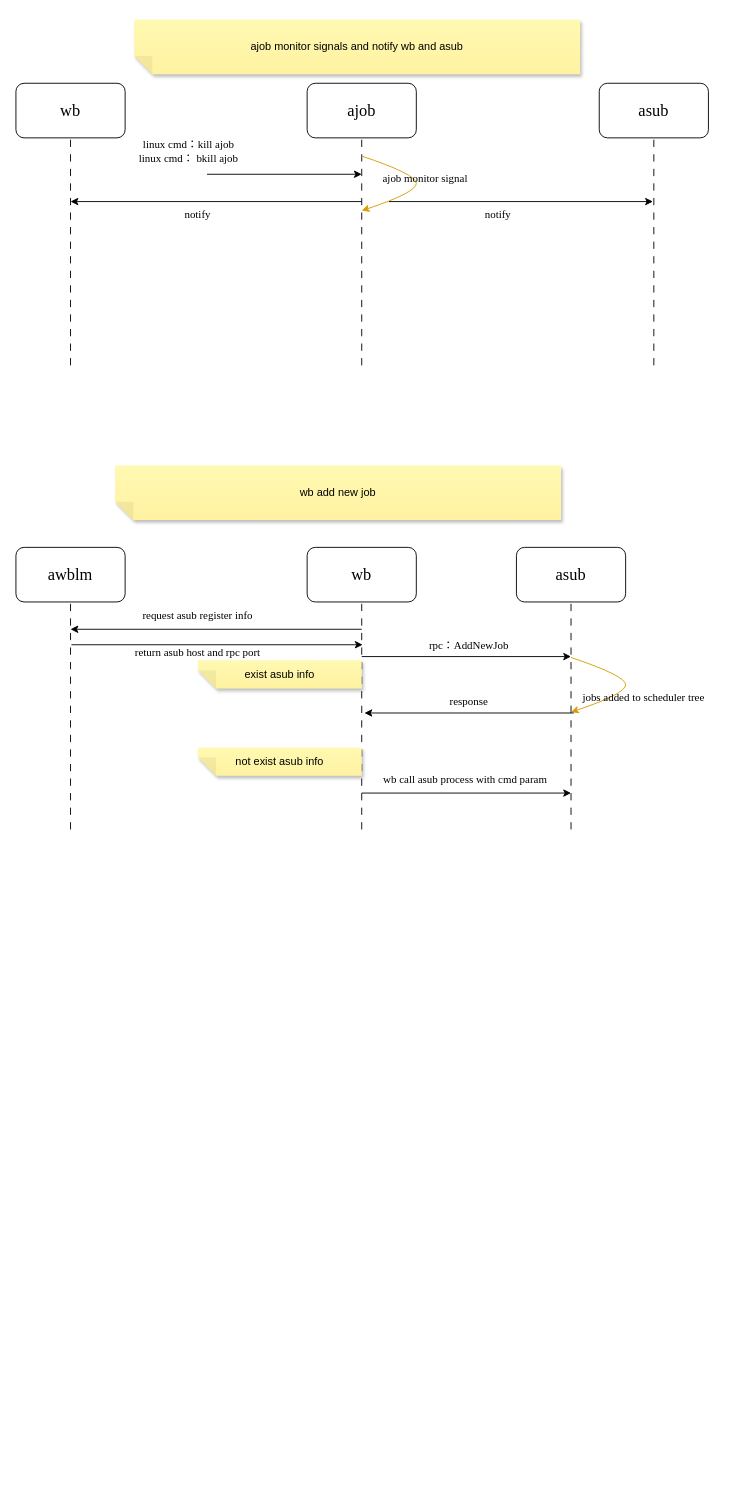
Above: 20230613.drawio in huijian2019/wb-tool (draw.io), before the change. Source tidied: cells renumbered, new cells numbered last; positions are measured from the earlier drawing's top-left corner, leaving out a move shared by most shapes. Both pictures are drawn from the tidied source at 91%, with x=0, y=0 at pixel (15, 19).
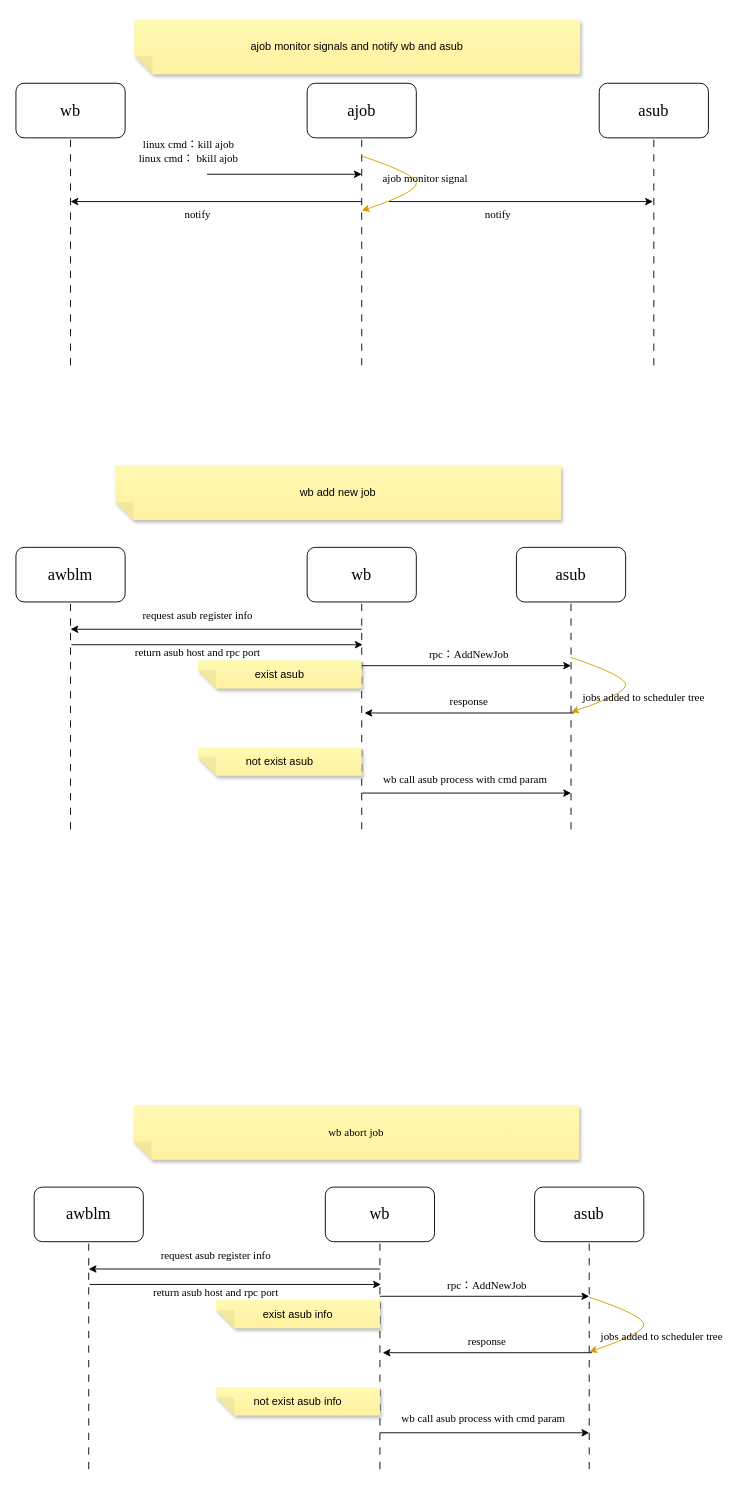
The same page after the edit.

Diff of the diagram source:
```diff
@@
     <mxCell id="25" style="endArrow=classic;html=1;rounded=0;startArrow=none;startFill=0;endFill=1;" parent="1" edge="1">
       <mxGeometry relative="1" as="geometry">
-        <mxPoint x="380" y="700" as="sourcePoint" />
-        <mxPoint x="610" y="700" as="targetPoint" />
+        <mxPoint x="380" y="710" as="sourcePoint" />
+        <mxPoint x="610" y="710" as="targetPoint" />
       </mxGeometry>
     </mxCell>
@@
     <mxCell id="27" value="&lt;font face=&quot;Times New Roman&quot;&gt;rpc：AddNewJob&lt;br&gt;&lt;/font&gt;" style="text;strokeColor=none;align=center;fillColor=none;html=1;verticalAlign=middle;whiteSpace=wrap;rounded=0;" parent="1" vertex="1">
-      <mxGeometry x="428" y="673" width="140" height="30" as="geometry" />
+      <mxGeometry x="428" y="683" width="140" height="30" as="geometry" />
     </mxCell>
@@
-    <mxCell id="34" value="exist asub info" style="shape=note;whiteSpace=wrap;html=1;backgroundOutline=1;fontColor=#000000;darkOpacity=0.05;fillColor=#FFF9B2;strokeColor=none;fillStyle=solid;direction=west;gradientDirection=north;gradientColor=#FFF2A1;shadow=1;size=20;" parent="1" vertex="1">
+    <mxCell id="34" value="exist asub" style="shape=note;whiteSpace=wrap;html=1;backgroundOutline=1;fontColor=#000000;darkOpacity=0.05;fillColor=#FFF9B2;strokeColor=none;fillStyle=solid;direction=west;gradientDirection=north;gradientColor=#FFF2A1;shadow=1;size=20;" parent="1" vertex="1">
       <mxGeometry x="200" y="704" width="180" height="31" as="geometry" />
     </mxCell>
-    <mxCell id="35" value="not exist asub info" style="shape=note;whiteSpace=wrap;html=1;backgroundOutline=1;fontColor=#000000;darkOpacity=0.05;fillColor=#FFF9B2;strokeColor=none;fillStyle=solid;direction=west;gradientDirection=north;gradientColor=#FFF2A1;shadow=1;size=20;" parent="1" vertex="1">
+    <mxCell id="35" value="not exist asub" style="shape=note;whiteSpace=wrap;html=1;backgroundOutline=1;fontColor=#000000;darkOpacity=0.05;fillColor=#FFF9B2;strokeColor=none;fillStyle=solid;direction=west;gradientDirection=north;gradientColor=#FFF2A1;shadow=1;size=20;" parent="1" vertex="1">
       <mxGeometry x="200" y="800" width="180" height="31" as="geometry" />
     </mxCell>
@@
+    <mxCell id="38" value="&lt;font face=&quot;Times New Roman&quot;&gt;wb abort job&lt;/font&gt;" style="shape=note;whiteSpace=wrap;html=1;backgroundOutline=1;fontColor=#000000;darkOpacity=0.05;fillColor=#FFF9B2;strokeColor=none;fillStyle=solid;direction=west;gradientDirection=north;gradientColor=#FFF2A1;shadow=1;size=20;" parent="1" vertex="1">
+      <mxGeometry x="129" y="1193" width="490" height="60" as="geometry" />
+    </mxCell>
+    <mxCell id="39" value="&lt;font face=&quot;Times New Roman&quot; style=&quot;font-size: 18px;&quot;&gt;wb&lt;/font&gt;" style="rounded=1;whiteSpace=wrap;html=1;" parent="1" vertex="1">
+      <mxGeometry x="340" y="1283" width="120" height="60" as="geometry" />
+    </mxCell>
+    <mxCell id="40" style="endArrow=none;html=1;rounded=0;entryX=0.5;entryY=1;entryDx=0;entryDy=0;dashed=1;dashPattern=8 8;" parent="1" edge="1" target="39">
+      <mxGeometry relative="1" as="geometry">
+        <mxPoint x="400" y="1593" as="sourcePoint" />
+      </mxGeometry>
+    </mxCell>
+    <mxCell id="41" value="&lt;span style=&quot;font-size: 18px;&quot;&gt;&lt;font face=&quot;Times New Roman&quot;&gt;awblm&lt;/font&gt;&lt;/span&gt;" style="rounded=1;whiteSpace=wrap;html=1;" parent="1" vertex="1">
+      <mxGeometry x="20" y="1283" width="120" height="60" as="geometry" />
+    </mxCell>
+    <mxCell id="42" style="endArrow=none;html=1;rounded=0;entryX=0.5;entryY=1;entryDx=0;entryDy=0;dashed=1;dashPattern=8 8;" parent="1" edge="1" target="41">
+      <mxGeometry relative="1" as="geometry">
+        <mxPoint x="80" y="1593" as="sourcePoint" />
+      </mxGeometry>
+    </mxCell>
+    <mxCell id="43" value="&lt;span style=&quot;font-size: 18px;&quot;&gt;&lt;font face=&quot;Times New Roman&quot;&gt;asub&lt;/font&gt;&lt;/span&gt;" style="rounded=1;whiteSpace=wrap;html=1;" parent="1" vertex="1">
+      <mxGeometry x="570" y="1283" width="120" height="60" as="geometry" />
+    </mxCell>
+    <mxCell id="44" style="endArrow=none;html=1;rounded=0;entryX=0.5;entryY=1;entryDx=0;entryDy=0;dashed=1;dashPattern=8 8;" parent="1" edge="1" target="43">
+      <mxGeometry relative="1" as="geometry">
+        <mxPoint x="630" y="1593" as="sourcePoint" />
+      </mxGeometry>
+    </mxCell>
+    <mxCell id="45" style="endArrow=none;html=1;rounded=0;startArrow=classic;startFill=1;endFill=0;" parent="1" edge="1">
+      <mxGeometry relative="1" as="geometry">
+        <mxPoint x="80" y="1373" as="sourcePoint" />
+        <mxPoint x="400" y="1373" as="targetPoint" />
+      </mxGeometry>
+    </mxCell>
+    <mxCell id="46" style="endArrow=classic;html=1;rounded=0;startArrow=none;startFill=0;endFill=1;" parent="1" edge="1">
+      <mxGeometry relative="1" as="geometry">
+        <mxPoint x="400" y="1403" as="sourcePoint" />
+        <mxPoint x="630" y="1403" as="targetPoint" />
+      </mxGeometry>
+    </mxCell>
+    <mxCell id="47" value="&lt;font face=&quot;Times New Roman&quot;&gt;request asub register info&lt;/font&gt;" style="text;strokeColor=none;align=center;fillColor=none;html=1;verticalAlign=middle;whiteSpace=wrap;rounded=0;" parent="1" vertex="1">
+      <mxGeometry x="150" y="1343" width="140" height="30" as="geometry" />
+    </mxCell>
+    <mxCell id="48" value="&lt;font face=&quot;Times New Roman&quot;&gt;rpc：AddNewJob&lt;br&gt;&lt;/font&gt;" style="text;strokeColor=none;align=center;fillColor=none;html=1;verticalAlign=middle;whiteSpace=wrap;rounded=0;" parent="1" vertex="1">
+      <mxGeometry x="448" y="1376" width="140" height="30" as="geometry" />
+    </mxCell>
+    <mxCell id="49" style="endArrow=classic;html=1;rounded=0;startArrow=none;startFill=0;endFill=1;" parent="1" edge="1">
+      <mxGeometry relative="1" as="geometry">
+        <mxPoint x="81" y="1390" as="sourcePoint" />
+        <mxPoint x="401" y="1390" as="targetPoint" />
+      </mxGeometry>
+    </mxCell>
+    <mxCell id="50" value="&lt;font face=&quot;Times New Roman&quot;&gt;return asub host and rpc port&lt;/font&gt;" style="text;strokeColor=none;align=center;fillColor=none;html=1;verticalAlign=middle;whiteSpace=wrap;rounded=0;" parent="1" vertex="1">
+      <mxGeometry x="150" y="1384" width="140" height="30" as="geometry" />
+    </mxCell>
+    <mxCell id="51" style="curved=1;endArrow=none;html=1;rounded=0;startArrow=classic;startFill=1;endFill=0;fillColor=#ffe6cc;strokeColor=#d79b00;" parent="1" edge="1">
+      <mxGeometry relative="1" as="geometry">
+        <mxPoint x="630" y="1464" as="sourcePoint" />
+        <mxPoint x="630" y="1404" as="targetPoint" />
+        <Array as="points">
+          <mxPoint x="690" y="1444" />
+          <mxPoint x="690" y="1424" />
+        </Array>
+      </mxGeometry>
+    </mxCell>
+    <mxCell id="52" value="&lt;font face=&quot;Times New Roman&quot;&gt;jobs added to scheduler tree&lt;/font&gt;" style="text;strokeColor=none;align=center;fillColor=none;html=1;verticalAlign=middle;whiteSpace=wrap;rounded=0;" parent="1" vertex="1">
+      <mxGeometry x="640" y="1433" width="140" height="30" as="geometry" />
+    </mxCell>
+    <mxCell id="53" style="endArrow=none;html=1;rounded=0;startArrow=classic;startFill=1;endFill=0;" parent="1" edge="1">
+      <mxGeometry relative="1" as="geometry">
+        <mxPoint x="403" y="1465" as="sourcePoint" />
+        <mxPoint x="633" y="1465" as="targetPoint" />
+      </mxGeometry>
+    </mxCell>
+    <mxCell id="54" value="&lt;font face=&quot;Times New Roman&quot;&gt;response&lt;br&gt;&lt;/font&gt;" style="text;strokeColor=none;align=center;fillColor=none;html=1;verticalAlign=middle;whiteSpace=wrap;rounded=0;" parent="1" vertex="1">
+      <mxGeometry x="448" y="1438" width="140" height="30" as="geometry" />
+    </mxCell>
+    <mxCell id="55" value="exist asub info" style="shape=note;whiteSpace=wrap;html=1;backgroundOutline=1;fontColor=#000000;darkOpacity=0.05;fillColor=#FFF9B2;strokeColor=none;fillStyle=solid;direction=west;gradientDirection=north;gradientColor=#FFF2A1;shadow=1;size=20;" parent="1" vertex="1">
+      <mxGeometry x="220" y="1407" width="180" height="31" as="geometry" />
+    </mxCell>
+    <mxCell id="56" value="not exist asub info" style="shape=note;whiteSpace=wrap;html=1;backgroundOutline=1;fontColor=#000000;darkOpacity=0.05;fillColor=#FFF9B2;strokeColor=none;fillStyle=solid;direction=west;gradientDirection=north;gradientColor=#FFF2A1;shadow=1;size=20;" parent="1" vertex="1">
+      <mxGeometry x="220" y="1503" width="180" height="31" as="geometry" />
+    </mxCell>
+    <mxCell id="57" style="endArrow=classic;html=1;rounded=0;startArrow=none;startFill=0;endFill=1;" parent="1" edge="1">
+      <mxGeometry relative="1" as="geometry">
+        <mxPoint x="400" y="1553" as="sourcePoint" />
+        <mxPoint x="630" y="1553" as="targetPoint" />
+      </mxGeometry>
+    </mxCell>
+    <mxCell id="58" value="&lt;font face=&quot;Times New Roman&quot;&gt;wb call asub process with cmd param&lt;br&gt;&lt;/font&gt;" style="text;strokeColor=none;align=center;fillColor=none;html=1;verticalAlign=middle;whiteSpace=wrap;rounded=0;" parent="1" vertex="1">
+      <mxGeometry x="408" y="1523" width="212" height="30" as="geometry" />
+    </mxCell>
```
